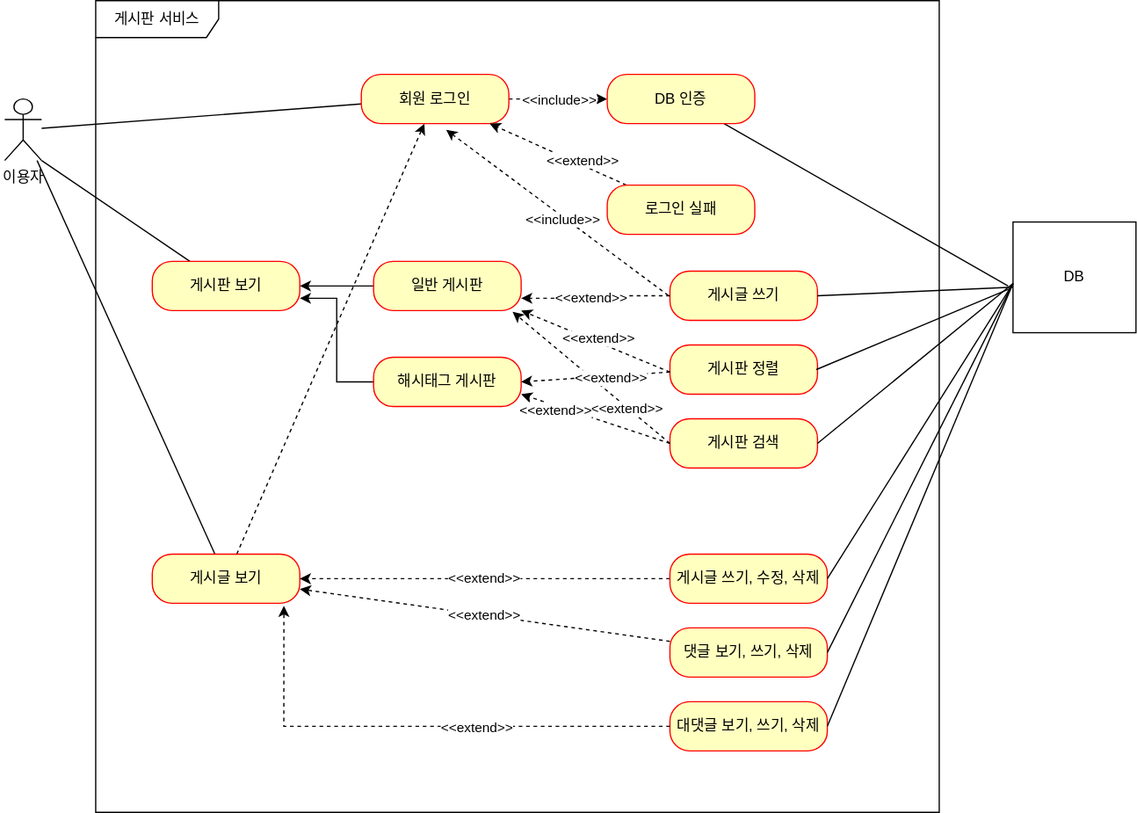
Earlier version of the draw.io export document/use-case.drawio.svg (ChoiHyunGeun/fastcampus-project-board). Source tidied: cells renumbered, new cells last; positions are measured from the earlier drawing's top-left corner, leaving out a move shared by most shapes.
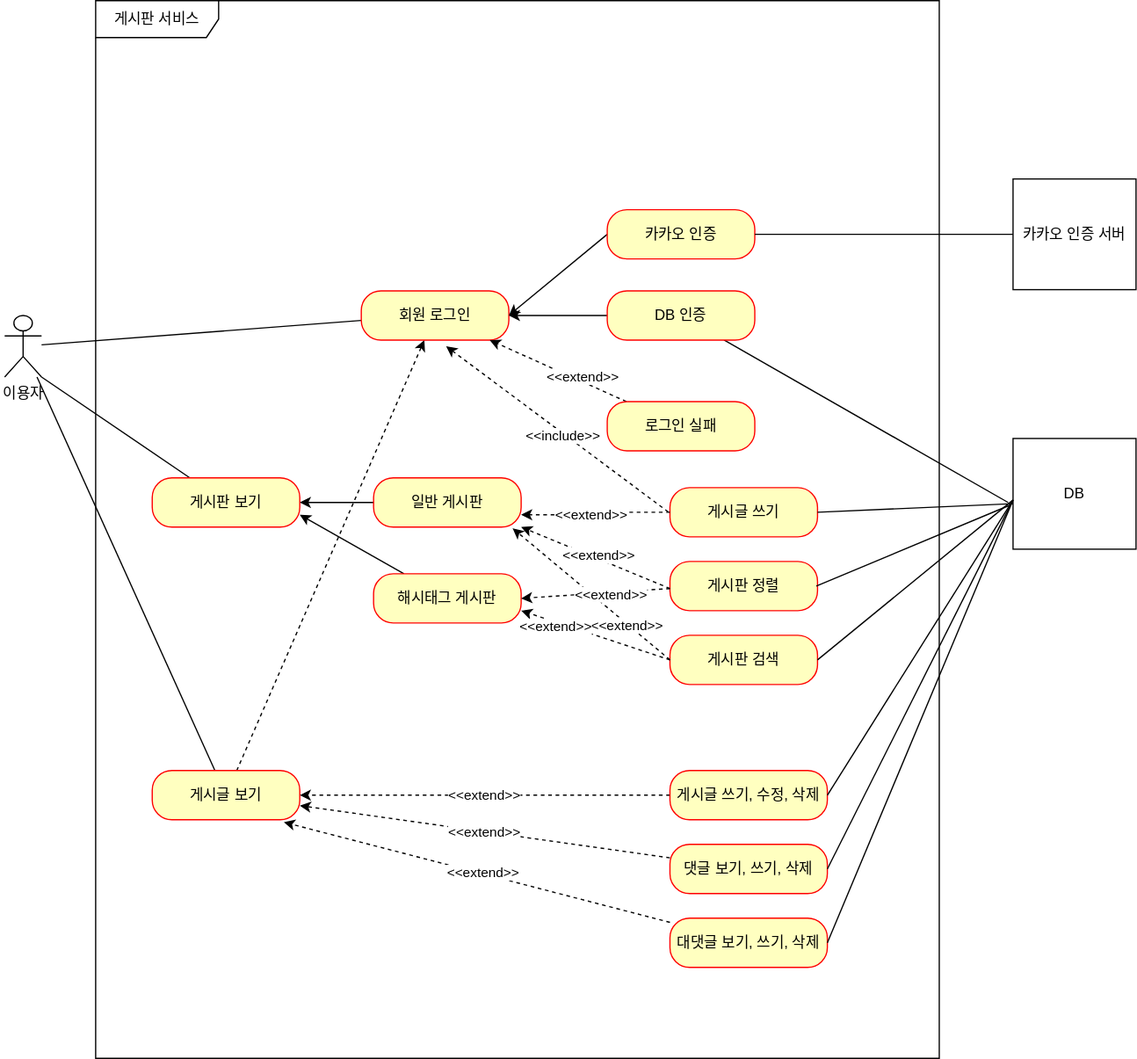
Later version of the same file.

Commit message:
#67-usecase.svg: 카카오 인증 유즈 케이스 추가

Change to the diagram source:
```diff
@@ -6,7 +6,7 @@
       <mxGeometry y="80" width="30" height="50" as="geometry" />
     </mxCell>
     <mxCell id="3" value="게시판 서비스" style="shape=umlFrame;whiteSpace=wrap;html=1;width=100;height=30;" parent="1" vertex="1">
-      <mxGeometry x="74" width="686" height="660" as="geometry" />
+      <mxGeometry x="74" y="-176" width="686" height="860" as="geometry" />
     </mxCell>
     <mxCell id="4" style="rounded=0;jettySize=auto;html=1;entryX=1;entryY=1;entryDx=0;entryDy=0;entryPerimeter=0;endArrow=none;endFill=0;" parent="1" edge="1" source="5" target="2">
       <mxGeometry relative="1" as="geometry" />
@@ -23,14 +23,6 @@
     <mxCell id="8" value="게시글 보기" style="rounded=1;whiteSpace=wrap;html=1;arcSize=40;fontColor=#000000;fillColor=#ffffc0;strokeColor=#ff0000;" parent="1" vertex="1">
       <mxGeometry x="120" y="450" width="120" height="40" as="geometry" />
     </mxCell>
-    <mxCell id="9" style="edgeStyle=orthogonalEdgeStyle;rounded=0;jettySize=auto;html=1;entryX=0;entryY=0.5;entryDx=0;entryDy=0;endArrow=classic;endFill=1;dashed=1;" parent="1" edge="1" source="12" target="14">
-      <mxGeometry relative="1" as="geometry" />
-    </mxCell>
-    <mxCell id="10" value="&amp;lt;&amp;lt;include&amp;gt;&amp;gt;" style="edgeLabel;html=1;align=center;verticalAlign=middle;" parent="9" vertex="1">
-      <mxGeometry x="-0.31" y="1" relative="1" as="geometry">
-        <mxPoint x="12" y="1" as="offset" />
-      </mxGeometry>
-    </mxCell>
     <mxCell id="11" style="rounded=0;jettySize=auto;html=1;endArrow=none;endFill=0;" parent="1" edge="1" target="2">
       <mxGeometry relative="1" as="geometry">
         <mxPoint x="290" y="84" as="sourcePoint" />
@@ -42,6 +34,11 @@
     <mxCell id="13" style="rounded=0;jettySize=auto;html=1;endArrow=none;endFill=0;entryX=-0.04;entryY=0.578;entryDx=0;entryDy=0;entryPerimeter=0;" parent="1" edge="1" source="14" target="24">
       <mxGeometry relative="1" as="geometry" />
     </mxCell>
+    <mxCell id="51" style="edgeStyle=orthogonalEdgeStyle;rounded=0;jettySize=auto;html=1;exitX=0;exitY=0.5;exitDx=0;exitDy=0;" parent="1" edge="1" source="14">
+      <mxGeometry relative="1" as="geometry">
+        <mxPoint x="410" y="80" as="targetPoint" />
+      </mxGeometry>
+    </mxCell>
     <mxCell id="14" value="DB 인증" style="rounded=1;whiteSpace=wrap;html=1;arcSize=40;fontColor=#000000;fillColor=#ffffc0;strokeColor=#ff0000;" parent="1" vertex="1">
       <mxGeometry x="490" y="60" width="120" height="40" as="geometry" />
     </mxCell>
@@ -81,7 +78,7 @@
     <mxCell id="26" value="일반 게시판" style="rounded=1;whiteSpace=wrap;html=1;arcSize=40;fontColor=#000000;fillColor=#ffffc0;strokeColor=#ff0000;" parent="1" vertex="1">
       <mxGeometry x="300" y="212" width="120" height="40" as="geometry" />
     </mxCell>
-    <mxCell id="27" style="edgeStyle=orthogonalEdgeStyle;rounded=0;jettySize=auto;html=1;entryX=1;entryY=0.75;entryDx=0;entryDy=0;" parent="1" edge="1" source="28" target="5">
+    <mxCell id="27" style="rounded=0;jettySize=auto;html=1;entryX=1;entryY=0.75;entryDx=0;entryDy=0;" parent="1" edge="1" source="28" target="5">
       <mxGeometry relative="1" as="geometry" />
     </mxCell>
     <mxCell id="28" value="해시태그 게시판" style="rounded=1;whiteSpace=wrap;html=1;arcSize=40;fontColor=#000000;fillColor=#ffffc0;strokeColor=#ff0000;" parent="1" vertex="1">
@@ -90,11 +87,11 @@
     <mxCell id="29" value="대댓글 보기, 쓰기, 삭제" style="rounded=1;whiteSpace=wrap;html=1;arcSize=40;fontColor=#000000;fillColor=#ffffc0;strokeColor=#ff0000;" parent="1" vertex="1">
       <mxGeometry x="541" y="570" width="128" height="40" as="geometry" />
     </mxCell>
-    <mxCell id="30" style="edgeStyle=orthogonalEdgeStyle;rounded=0;jettySize=auto;html=1;entryX=0.892;entryY=1.05;entryDx=0;entryDy=0;entryPerimeter=0;dashed=1;" parent="1" edge="1" source="29" target="8">
+    <mxCell id="30" style="rounded=0;jettySize=auto;html=1;entryX=0.892;entryY=1.05;entryDx=0;entryDy=0;entryPerimeter=0;dashed=1;" parent="1" edge="1" source="29" target="8">
       <mxGeometry relative="1" as="geometry" />
     </mxCell>
     <mxCell id="31" value="&amp;lt;&amp;lt;extend&amp;gt;&amp;gt;" style="edgeLabel;html=1;align=center;verticalAlign=middle;" parent="30" vertex="1">
-      <mxGeometry x="-0.23" relative="1" as="geometry" />
+      <mxGeometry x="-0.02" y="-1" relative="1" as="geometry" />
     </mxCell>
     <mxCell id="32" value="게시글 쓰기" style="rounded=1;whiteSpace=wrap;html=1;arcSize=40;fontColor=#000000;fillColor=#ffffc0;strokeColor=#ff0000;" parent="1" vertex="1">
       <mxGeometry x="541" y="220" width="120" height="40" as="geometry" />
@@ -175,5 +172,17 @@
         <mxPoint x="820" y="230" as="targetPoint" />
       </mxGeometry>
     </mxCell>
+    <mxCell id="52" style="rounded=0;jettySize=auto;html=1;entryX=1;entryY=0.5;entryDx=0;entryDy=0;exitX=0;exitY=0.5;exitDx=0;exitDy=0;endArrow=classic;endFill=1;" parent="1" edge="1" source="53" target="12">
+      <mxGeometry relative="1" as="geometry" />
+    </mxCell>
+    <mxCell id="53" value="카카오 인증" style="rounded=1;whiteSpace=wrap;html=1;arcSize=40;fontColor=#000000;fillColor=#ffffc0;strokeColor=#ff0000;" parent="1" vertex="1">
+      <mxGeometry x="490" y="-6" width="120" height="40" as="geometry" />
+    </mxCell>
+    <mxCell id="54" style="edgeStyle=orthogonalEdgeStyle;rounded=0;jettySize=auto;html=1;entryX=1;entryY=0.5;entryDx=0;entryDy=0;startArrow=none;startFill=0;endArrow=none;endFill=0;" parent="1" edge="1" source="55" target="53">
+      <mxGeometry relative="1" as="geometry" />
+    </mxCell>
+    <mxCell id="55" value="카카오 인증 서버" style="html=1;whiteSpace=wrap;" parent="1" vertex="1">
+      <mxGeometry x="820" y="-31" width="100" height="90" as="geometry" />
+    </mxCell>
   </root>
 </mxGraphModel>
```
